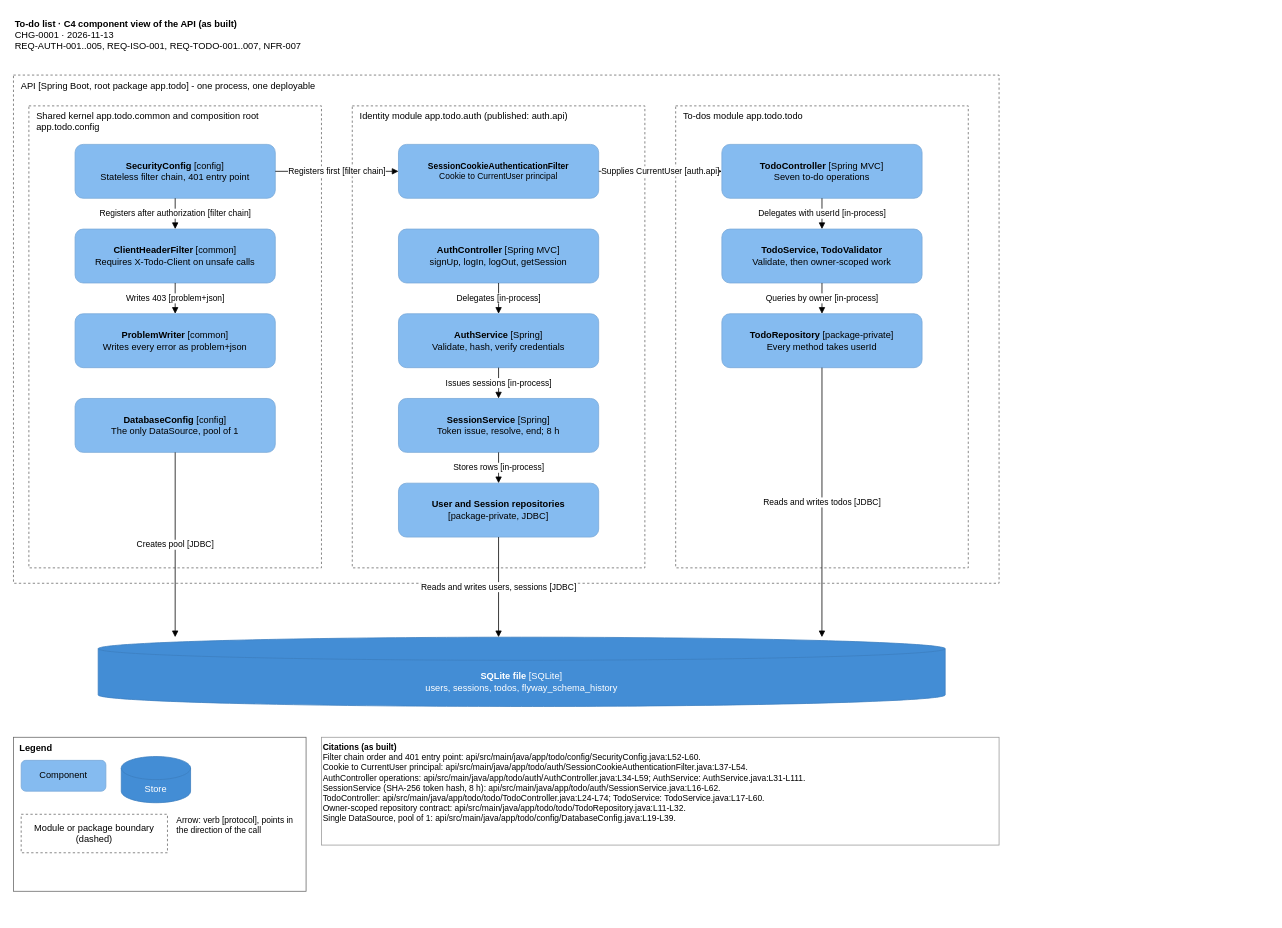
Above: docs/knowledge/diagrams/todo-api-components.drawio in alokkulkarni/testharness2 (draw.io), before the change. Source tidied: cells renumbered, new cells numbered last; positions are measured from the earlier drawing's top-left corner, leaving out a move shared by most shapes. Both pictures are drawn from the tidied source at 77%, with x=0, y=0 at pixel (13, 13).
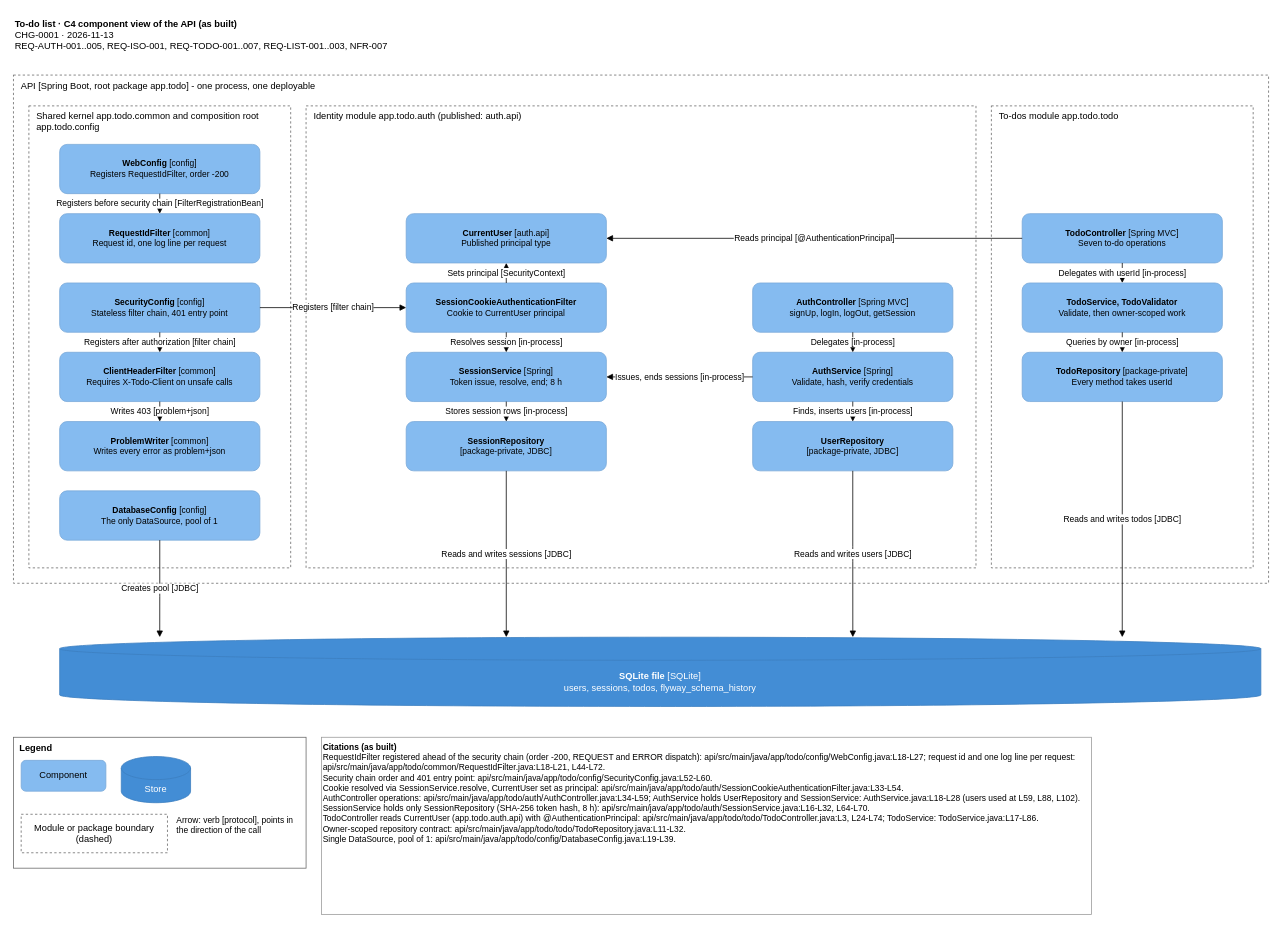
Above is the later version.

Diff of the diagram source:
```diff
@@
-    <mxCell id="2" value="&lt;b&gt;To-do list · C4 component view of the API (as built)&lt;/b&gt;&lt;br&gt;CHG-0001 · 2026-11-13&lt;br&gt;REQ-AUTH-001..005, REQ-ISO-001, REQ-TODO-001..007, NFR-007" style="text;harness=title;whiteSpace=wrap;html=1;align=left;" parent="1" vertex="1">
-      <mxGeometry width="560" height="60" as="geometry" />
+    <mxCell id="2" value="&lt;b&gt;To-do list · C4 component view of the API (as built)&lt;/b&gt;&lt;br&gt;CHG-0001 · 2026-11-13&lt;br&gt;REQ-AUTH-001..005, REQ-ISO-001, REQ-TODO-001..007, REQ-LIST-001..003, NFR-007" style="text;harness=title;whiteSpace=wrap;html=1;align=left;" parent="1" vertex="1">
+      <mxGeometry width="640" height="60" as="geometry" />
     </mxCell>
     <mxCell id="3" value="API [Spring Boot, root package app.todo] - one process, one deployable" style="rounded=0;whiteSpace=wrap;html=1;dashed=1;fillColor=none;strokeColor=#666666;verticalAlign=top;align=left;spacingLeft=8;" parent="1" vertex="1">
-      <mxGeometry y="80" width="1280" height="660" as="geometry" />
+      <mxGeometry y="80" width="1630" height="660" as="geometry" />
     </mxCell>
     <mxCell id="4" value="Shared kernel app.todo.common and composition root app.todo.config" style="rounded=0;whiteSpace=wrap;html=1;dashed=1;fillColor=none;strokeColor=#666666;verticalAlign=top;align=left;spacingLeft=8;" parent="3" vertex="1">
-      <mxGeometry x="20" y="40" width="380" height="600" as="geometry" />
+      <mxGeometry x="20" y="40" width="340" height="600" as="geometry" />
     </mxCell>
     <mxCell id="5" value="Identity module app.todo.auth (published: auth.api)" style="rounded=0;whiteSpace=wrap;html=1;dashed=1;fillColor=none;strokeColor=#666666;verticalAlign=top;align=left;spacingLeft=8;" parent="3" vertex="1">
-      <mxGeometry x="440" y="40" width="380" height="600" as="geometry" />
+      <mxGeometry x="380" y="40" width="870" height="600" as="geometry" />
     </mxCell>
     <mxCell id="6" value="To-dos module app.todo.todo" style="rounded=0;whiteSpace=wrap;html=1;dashed=1;fillColor=none;strokeColor=#666666;verticalAlign=top;align=left;spacingLeft=8;" parent="3" vertex="1">
-      <mxGeometry x="860" y="40" width="380" height="600" as="geometry" />
+      <mxGeometry x="1270" y="40" width="340" height="600" as="geometry" />
     </mxCell>
+    <mxCell id="38" value="&lt;b&gt;WebConfig&lt;/b&gt; [config]&lt;br&gt;Registers RequestIdFilter, order -200" style="rounded=1;whiteSpace=wrap;html=1;fillColor=#85BBF0;strokeColor=#78A8D8;fontSize=11;" parent="4" vertex="1">
+      <mxGeometry x="40" y="50" width="260" height="64" as="geometry" />
+    </mxCell>
+    <mxCell id="39" value="&lt;b&gt;RequestIdFilter&lt;/b&gt; [common]&lt;br&gt;Request id, one log line per request" style="rounded=1;whiteSpace=wrap;html=1;fillColor=#85BBF0;strokeColor=#78A8D8;fontSize=11;" parent="4" vertex="1">
+      <mxGeometry x="40" y="140" width="260" height="64" as="geometry" />
+    </mxCell>
-    <mxCell id="7" value="&lt;b&gt;SecurityConfig&lt;/b&gt; [config]&lt;br&gt;Stateless filter chain, 401 entry point" style="rounded=1;whiteSpace=wrap;html=1;fillColor=#85BBF0;strokeColor=#78A8D8;" parent="4" vertex="1">
-      <mxGeometry x="60" y="50" width="260" height="70" as="geometry" />
+    <mxCell id="7" value="&lt;b&gt;SecurityConfig&lt;/b&gt; [config]&lt;br&gt;Stateless filter chain, 401 entry point" style="rounded=1;whiteSpace=wrap;html=1;fillColor=#85BBF0;strokeColor=#78A8D8;fontSize=11;" parent="4" vertex="1">
+      <mxGeometry x="40" y="230" width="260" height="64" as="geometry" />
     </mxCell>
-    <mxCell id="8" value="&lt;b&gt;ClientHeaderFilter&lt;/b&gt; [common]&lt;br&gt;Requires X-Todo-Client on unsafe calls" style="rounded=1;whiteSpace=wrap;html=1;fillColor=#85BBF0;strokeColor=#78A8D8;" parent="4" vertex="1">
-      <mxGeometry x="60" y="160" width="260" height="70" as="geometry" />
+    <mxCell id="8" value="&lt;b&gt;ClientHeaderFilter&lt;/b&gt; [common]&lt;br&gt;Requires X-Todo-Client on unsafe calls" style="rounded=1;whiteSpace=wrap;html=1;fillColor=#85BBF0;strokeColor=#78A8D8;fontSize=11;" parent="4" vertex="1">
+      <mxGeometry x="40" y="320" width="260" height="64" as="geometry" />
     </mxCell>
-    <mxCell id="9" value="&lt;b&gt;ProblemWriter&lt;/b&gt; [common]&lt;br&gt;Writes every error as problem+json" style="rounded=1;whiteSpace=wrap;html=1;fillColor=#85BBF0;strokeColor=#78A8D8;" parent="4" vertex="1">
-      <mxGeometry x="60" y="270" width="260" height="70" as="geometry" />
+    <mxCell id="9" value="&lt;b&gt;ProblemWriter&lt;/b&gt; [common]&lt;br&gt;Writes every error as problem+json" style="rounded=1;whiteSpace=wrap;html=1;fillColor=#85BBF0;strokeColor=#78A8D8;fontSize=11;" parent="4" vertex="1">
+      <mxGeometry x="40" y="410" width="260" height="64" as="geometry" />
     </mxCell>
-    <mxCell id="10" value="&lt;b&gt;DatabaseConfig&lt;/b&gt; [config]&lt;br&gt;The only DataSource, pool of 1" style="rounded=1;whiteSpace=wrap;html=1;fillColor=#85BBF0;strokeColor=#78A8D8;" parent="4" vertex="1">
-      <mxGeometry x="60" y="380" width="260" height="70" as="geometry" />
+    <mxCell id="10" value="&lt;b&gt;DatabaseConfig&lt;/b&gt; [config]&lt;br&gt;The only DataSource, pool of 1" style="rounded=1;whiteSpace=wrap;html=1;fillColor=#85BBF0;strokeColor=#78A8D8;fontSize=11;" parent="4" vertex="1">
+      <mxGeometry x="40" y="500" width="260" height="64" as="geometry" />
     </mxCell>
+    <mxCell id="40" value="&lt;b&gt;CurrentUser&lt;/b&gt; [auth.api]&lt;br&gt;Published principal type" style="rounded=1;whiteSpace=wrap;html=1;fillColor=#85BBF0;strokeColor=#78A8D8;fontSize=11;" parent="5" vertex="1">
+      <mxGeometry x="130" y="140" width="260" height="64" as="geometry" />
+    </mxCell>
     <mxCell id="11" value="&lt;b&gt;SessionCookieAuthenticationFilter&lt;/b&gt;&lt;br&gt;Cookie to CurrentUser principal" style="rounded=1;whiteSpace=wrap;html=1;fillColor=#85BBF0;strokeColor=#78A8D8;fontSize=11;" parent="5" vertex="1">
-      <mxGeometry x="60" y="50" width="260" height="70" as="geometry" />
+      <mxGeometry x="130" y="230" width="260" height="64" as="geometry" />
     </mxCell>
+    <mxCell id="14" value="&lt;b&gt;SessionService&lt;/b&gt; [Spring]&lt;br&gt;Token issue, resolve, end; 8 h" style="rounded=1;whiteSpace=wrap;html=1;fillColor=#85BBF0;strokeColor=#78A8D8;fontSize=11;" parent="5" vertex="1">
+      <mxGeometry x="130" y="320" width="260" height="64" as="geometry" />
+    </mxCell>
+    <mxCell id="41" value="&lt;b&gt;SessionRepository&lt;/b&gt;&lt;br&gt;[package-private, JDBC]" style="rounded=1;whiteSpace=wrap;html=1;fillColor=#85BBF0;strokeColor=#78A8D8;fontSize=11;" parent="5" vertex="1">
+      <mxGeometry x="130" y="410" width="260" height="64" as="geometry" />
+    </mxCell>
-    <mxCell id="12" value="&lt;b&gt;AuthController&lt;/b&gt; [Spring MVC]&lt;br&gt;signUp, logIn, logOut, getSession" style="rounded=1;whiteSpace=wrap;html=1;fillColor=#85BBF0;strokeColor=#78A8D8;" parent="5" vertex="1">
-      <mxGeometry x="60" y="160" width="260" height="70" as="geometry" />
+    <mxCell id="12" value="&lt;b&gt;AuthController&lt;/b&gt; [Spring MVC]&lt;br&gt;signUp, logIn, logOut, getSession" style="rounded=1;whiteSpace=wrap;html=1;fillColor=#85BBF0;strokeColor=#78A8D8;fontSize=11;" parent="5" vertex="1">
+      <mxGeometry x="580" y="230" width="260" height="64" as="geometry" />
     </mxCell>
-    <mxCell id="13" value="&lt;b&gt;AuthService&lt;/b&gt; [Spring]&lt;br&gt;Validate, hash, verify credentials" style="rounded=1;whiteSpace=wrap;html=1;fillColor=#85BBF0;strokeColor=#78A8D8;" parent="5" vertex="1">
-      <mxGeometry x="60" y="270" width="260" height="70" as="geometry" />
+    <mxCell id="13" value="&lt;b&gt;AuthService&lt;/b&gt; [Spring]&lt;br&gt;Validate, hash, verify credentials" style="rounded=1;whiteSpace=wrap;html=1;fillColor=#85BBF0;strokeColor=#78A8D8;fontSize=11;" parent="5" vertex="1">
+      <mxGeometry x="580" y="320" width="260" height="64" as="geometry" />
     </mxCell>
-    <mxCell id="14" value="&lt;b&gt;SessionService&lt;/b&gt; [Spring]&lt;br&gt;Token issue, resolve, end; 8 h" style="rounded=1;whiteSpace=wrap;html=1;fillColor=#85BBF0;strokeColor=#78A8D8;" parent="5" vertex="1">
-      <mxGeometry x="60" y="380" width="260" height="70" as="geometry" />
-    </mxCell>
-    <mxCell id="15" value="&lt;b&gt;User and Session repositories&lt;/b&gt;&lt;br&gt;[package-private, JDBC]" style="rounded=1;whiteSpace=wrap;html=1;fillColor=#85BBF0;strokeColor=#78A8D8;" parent="5" vertex="1">
-      <mxGeometry x="60" y="490" width="260" height="70" as="geometry" />
-    </mxCell>
+    <mxCell id="42" value="&lt;b&gt;UserRepository&lt;/b&gt;&lt;br&gt;[package-private, JDBC]" style="rounded=1;whiteSpace=wrap;html=1;fillColor=#85BBF0;strokeColor=#78A8D8;fontSize=11;" parent="5" vertex="1">
+      <mxGeometry x="580" y="410" width="260" height="64" as="geometry" />
+    </mxCell>
-    <mxCell id="16" value="&lt;b&gt;TodoController&lt;/b&gt; [Spring MVC]&lt;br&gt;Seven to-do operations" style="rounded=1;whiteSpace=wrap;html=1;fillColor=#85BBF0;strokeColor=#78A8D8;" parent="6" vertex="1">
-      <mxGeometry x="60" y="50" width="260" height="70" as="geometry" />
+    <mxCell id="16" value="&lt;b&gt;TodoController&lt;/b&gt; [Spring MVC]&lt;br&gt;Seven to-do operations" style="rounded=1;whiteSpace=wrap;html=1;fillColor=#85BBF0;strokeColor=#78A8D8;fontSize=11;" parent="6" vertex="1">
+      <mxGeometry x="40" y="140" width="260" height="64" as="geometry" />
     </mxCell>
-    <mxCell id="17" value="&lt;b&gt;TodoService, TodoValidator&lt;/b&gt;&lt;br&gt;Validate, then owner-scoped work" style="rounded=1;whiteSpace=wrap;html=1;fillColor=#85BBF0;strokeColor=#78A8D8;" parent="6" vertex="1">
-      <mxGeometry x="60" y="160" width="260" height="70" as="geometry" />
+    <mxCell id="17" value="&lt;b&gt;TodoService, TodoValidator&lt;/b&gt;&lt;br&gt;Validate, then owner-scoped work" style="rounded=1;whiteSpace=wrap;html=1;fillColor=#85BBF0;strokeColor=#78A8D8;fontSize=11;" parent="6" vertex="1">
+      <mxGeometry x="40" y="230" width="260" height="64" as="geometry" />
     </mxCell>
-    <mxCell id="18" value="&lt;b&gt;TodoRepository&lt;/b&gt; [package-private]&lt;br&gt;Every method takes userId" style="rounded=1;whiteSpace=wrap;html=1;fillColor=#85BBF0;strokeColor=#78A8D8;" parent="6" vertex="1">
-      <mxGeometry x="60" y="270" width="260" height="70" as="geometry" />
+    <mxCell id="18" value="&lt;b&gt;TodoRepository&lt;/b&gt; [package-private]&lt;br&gt;Every method takes userId" style="rounded=1;whiteSpace=wrap;html=1;fillColor=#85BBF0;strokeColor=#78A8D8;fontSize=11;" parent="6" vertex="1">
+      <mxGeometry x="40" y="320" width="260" height="64" as="geometry" />
     </mxCell>
     <mxCell id="19" value="&lt;b&gt;SQLite file&lt;/b&gt; [SQLite]&lt;br&gt;users, sessions, todos, flyway_schema_history" style="shape=cylinder3;whiteSpace=wrap;html=1;boundedLbl=1;fillColor=#438DD5;strokeColor=#3C7FC0;fontColor=#FFFFFF;" parent="1" vertex="1">
-      <mxGeometry x="110" y="810" width="1100" height="90" as="geometry" />
+      <mxGeometry x="60" y="810" width="1560" height="90" as="geometry" />
     </mxCell>
+    <mxCell id="43" value="Registers before security chain [FilterRegistrationBean]" style="edgeStyle=orthogonalEdgeStyle;rounded=1;html=1;endArrow=block;" parent="1" edge="1" source="38" target="39">
+      <mxGeometry relative="1" as="geometry" />
+    </mxCell>
-    <mxCell id="20" value="Registers first [filter chain]" style="edgeStyle=orthogonalEdgeStyle;rounded=1;html=1;endArrow=block;" parent="1" edge="1" source="7" target="11">
+    <mxCell id="20" value="Registers [filter chain]" style="edgeStyle=orthogonalEdgeStyle;rounded=1;html=1;endArrow=block;" parent="1" edge="1" source="7" target="11">
       <mxGeometry relative="1" as="geometry" />
     </mxCell>
@@
-    <mxCell id="23" value="Supplies CurrentUser [auth.api]" style="edgeStyle=orthogonalEdgeStyle;rounded=1;html=1;endArrow=block;" parent="1" edge="1" source="11" target="16">
+    <mxCell id="23" value="Sets principal [SecurityContext]" style="edgeStyle=orthogonalEdgeStyle;rounded=1;html=1;endArrow=block;" parent="1" edge="1" source="11" target="40">
       <mxGeometry relative="1" as="geometry" />
     </mxCell>
+    <mxCell id="44" value="Reads principal [@AuthenticationPrincipal]" style="edgeStyle=orthogonalEdgeStyle;rounded=1;html=1;endArrow=block;" parent="1" edge="1" source="16" target="40">
+      <mxGeometry relative="1" as="geometry" />
+    </mxCell>
+    <mxCell id="45" value="Resolves session [in-process]" style="edgeStyle=orthogonalEdgeStyle;rounded=1;html=1;endArrow=block;" parent="1" edge="1" source="11" target="14">
+      <mxGeometry relative="1" as="geometry" />
+    </mxCell>
@@
-    <mxCell id="25" value="Issues sessions [in-process]" style="edgeStyle=orthogonalEdgeStyle;rounded=1;html=1;endArrow=block;" parent="1" edge="1" source="13" target="14">
+    <mxCell id="25" value="Issues, ends sessions [in-process]" style="edgeStyle=orthogonalEdgeStyle;rounded=1;html=1;endArrow=block;" parent="1" edge="1" source="13" target="14">
       <mxGeometry relative="1" as="geometry" />
     </mxCell>
+    <mxCell id="46" value="Finds, inserts users [in-process]" style="edgeStyle=orthogonalEdgeStyle;rounded=1;html=1;endArrow=block;" parent="1" edge="1" source="13" target="42">
+      <mxGeometry relative="1" as="geometry" />
+    </mxCell>
-    <mxCell id="26" value="Stores rows [in-process]" style="edgeStyle=orthogonalEdgeStyle;rounded=1;html=1;endArrow=block;" parent="1" edge="1" source="14" target="15">
+    <mxCell id="26" value="Stores session rows [in-process]" style="edgeStyle=orthogonalEdgeStyle;rounded=1;html=1;endArrow=block;" parent="1" edge="1" source="14" target="41">
       <mxGeometry relative="1" as="geometry" />
     </mxCell>
@@
-    <mxCell id="29" value="Creates pool [JDBC]" style="edgeStyle=orthogonalEdgeStyle;rounded=1;html=1;endArrow=block;exitX=0.5;exitY=1;entryX=0.0909;entryY=0;" parent="1" edge="1" source="10" target="19">
+    <mxCell id="29" value="Creates pool [JDBC]" style="edgeStyle=orthogonalEdgeStyle;rounded=1;html=1;endArrow=block;exitX=0.5;exitY=1;entryX=0.0833;entryY=0;" parent="1" edge="1" source="10" target="19">
       <mxGeometry relative="1" as="geometry" />
     </mxCell>
-    <mxCell id="30" value="Reads and writes users, sessions [JDBC]" style="edgeStyle=orthogonalEdgeStyle;rounded=1;html=1;endArrow=block;exitX=0.5;exitY=1;entryX=0.4727;entryY=0;" parent="1" edge="1" source="15" target="19">
+    <mxCell id="30" value="Reads and writes sessions [JDBC]" style="edgeStyle=orthogonalEdgeStyle;rounded=1;html=1;endArrow=block;exitX=0.5;exitY=1;entryX=0.3718;entryY=0;" parent="1" edge="1" source="41" target="19">
       <mxGeometry relative="1" as="geometry" />
     </mxCell>
+    <mxCell id="47" value="Reads and writes users [JDBC]" style="edgeStyle=orthogonalEdgeStyle;rounded=1;html=1;endArrow=block;exitX=0.5;exitY=1;entryX=0.6603;entryY=0;" parent="1" edge="1" source="42" target="19">
+      <mxGeometry relative="1" as="geometry" />
+    </mxCell>
-    <mxCell id="31" value="Reads and writes todos [JDBC]" style="edgeStyle=orthogonalEdgeStyle;rounded=1;html=1;endArrow=block;exitX=0.5;exitY=1;entryX=0.8545;entryY=0;" parent="1" edge="1" source="18" target="19">
+    <mxCell id="31" value="Reads and writes todos [JDBC]" style="edgeStyle=orthogonalEdgeStyle;rounded=1;html=1;endArrow=block;exitX=0.5;exitY=1;entryX=0.8846;entryY=0;" parent="1" edge="1" source="18" target="19">
       <mxGeometry relative="1" as="geometry" />
     </mxCell>
-    <mxCell id="32" value="&lt;b&gt;Citations (as built)&lt;/b&gt;&lt;br&gt;Filter chain order and 401 entry point: api/src/main/java/app/todo/config/SecurityConfig.java:L52-L60.&lt;br&gt;Cookie to CurrentUser principal: api/src/main/java/app/todo/auth/SessionCookieAuthenticationFilter.java:L37-L54.&lt;br&gt;AuthController operations: api/src/main/java/app/todo/auth/AuthController.java:L34-L59; AuthService: AuthService.java:L31-L111.&lt;br&gt;SessionService (SHA-256 token hash, 8 h): api/src/main/java/app/todo/auth/SessionService.java:L16-L62.&lt;br&gt;TodoController: api/src/main/java/app/todo/todo/TodoController.java:L24-L74; TodoService: TodoService.java:L17-L60.&lt;br&gt;Owner-scoped repository contract: api/src/main/java/app/todo/todo/TodoRepository.java:L11-L32.&lt;br&gt;Single DataSource, pool of 1: api/src/main/java/app/todo/config/DatabaseConfig.java:L19-L39." style="text;whiteSpace=wrap;html=1;align=left;fontSize=11;strokeColor=#999999;" parent="1" vertex="1">
-      <mxGeometry x="400" y="940" width="880" height="140" as="geometry" />
+    <mxCell id="32" value="&lt;b&gt;Citations (as built)&lt;/b&gt;&lt;br&gt;RequestIdFilter registered ahead of the security chain (order -200, REQUEST and ERROR dispatch): api/src/main/java/app/todo/config/WebConfig.java:L18-L27; request id and one log line per request: api/src/main/java/app/todo/common/RequestIdFilter.java:L18-L21, L44-L72.&lt;br&gt;Security chain order and 401 entry point: api/src/main/java/app/todo/config/SecurityConfig.java:L52-L60.&lt;br&gt;Cookie resolved via SessionService.resolve, CurrentUser set as principal: api/src/main/java/app/todo/auth/SessionCookieAuthenticationFilter.java:L33-L54.&lt;br&gt;AuthController operations: api/src/main/java/app/todo/auth/AuthController.java:L34-L59; AuthService holds UserRepository and SessionService: AuthService.java:L18-L28 (users used at L59, L88, L102).&lt;br&gt;SessionService holds only SessionRepository (SHA-256 token hash, 8 h): api/src/main/java/app/todo/auth/SessionService.java:L16-L32, L64-L70.&lt;br&gt;TodoController reads CurrentUser (app.todo.auth.api) with @AuthenticationPrincipal: api/src/main/java/app/todo/todo/TodoController.java:L3, L24-L74; TodoService: TodoService.java:L17-L86.&lt;br&gt;Owner-scoped repository contract: api/src/main/java/app/todo/todo/TodoRepository.java:L11-L32.&lt;br&gt;Single DataSource, pool of 1: api/src/main/java/app/todo/config/DatabaseConfig.java:L19-L39." style="text;whiteSpace=wrap;html=1;align=left;fontSize=11;strokeColor=#999999;" parent="1" vertex="1">
+      <mxGeometry x="400" y="940" width="1000" height="230" as="geometry" />
     </mxCell>
     <mxCell id="33" value="&lt;b&gt;Legend&lt;/b&gt;" style="rounded=0;whiteSpace=wrap;html=1;harness=legend;fillColor=none;strokeColor=#666666;verticalAlign=top;align=left;spacingLeft=6;" parent="1" vertex="1">
-      <mxGeometry y="940" width="380" height="200" as="geometry" />
+      <mxGeometry y="940" width="380" height="170" as="geometry" />
     </mxCell>
```
